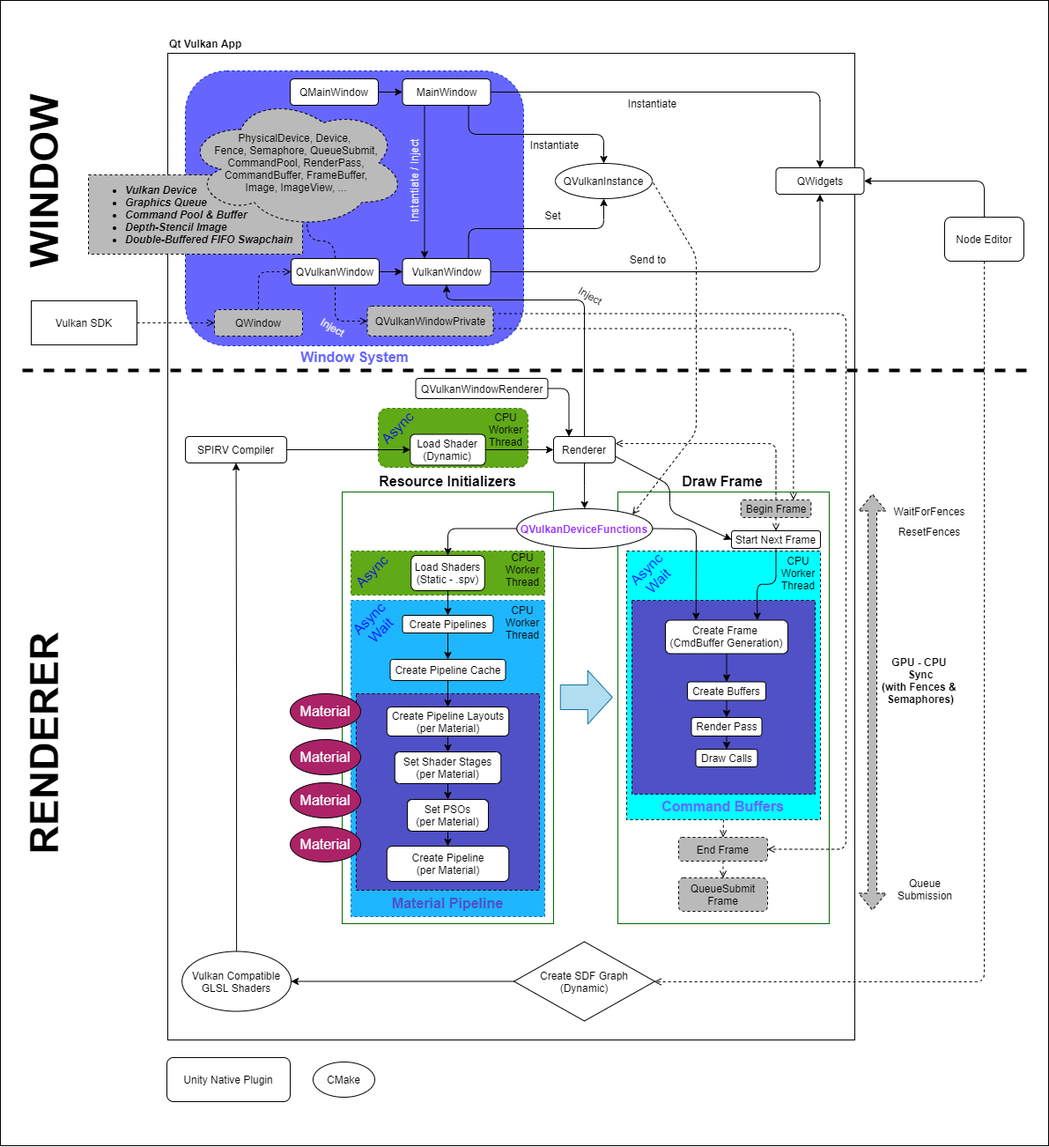
This is docs/design/high-level-architecture.png from hiradyazdan/sdf-ray4d-engine, a draw.io export, as it was before one commit. Source tidied: cells renumbered, new cells last; positions are measured from the earlier drawing's top-left corner, leaving out a move shared by most shapes.
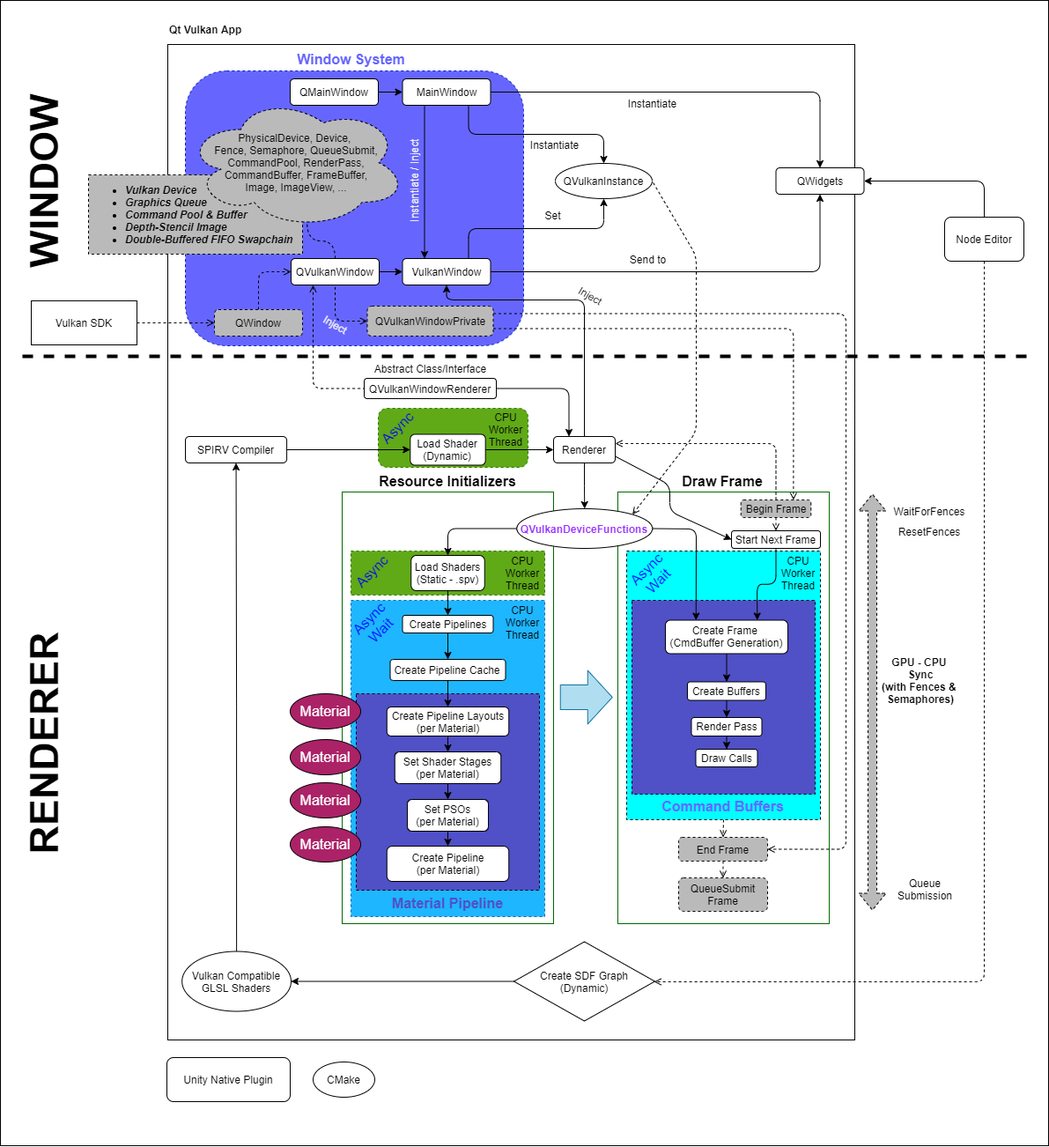
Above is the later version.

Change to the diagram source:
```diff
@@ -6,7 +6,7 @@
       <mxGeometry x="82" width="1190" height="1300" as="geometry" />
     </mxCell>
     <mxCell id="3" style="rounded=0;whiteSpace=wrap;html=1;" parent="1" vertex="1">
-      <mxGeometry x="272" y="60" width="780" height="1120" as="geometry" />
+      <mxGeometry x="272" y="50" width="780" height="1130" as="geometry" />
     </mxCell>
     <mxCell id="4" style="rounded=1;whiteSpace=wrap;html=1;dashed=1;strokeColor=#001DBC;fontColor=#ffffff;fillColor=#6666FF;" parent="1" vertex="1">
       <mxGeometry x="292" y="80" width="384" height="312" as="geometry" />
@@ -158,11 +158,14 @@
       <mxGeometry x="665" y="1068.5" width="160" height="90" as="geometry" />
     </mxCell>
     <mxCell id="46" value="&lt;span style=&quot;font-family: &amp;quot;helvetica&amp;quot; ; text-align: center&quot;&gt;Qt Vulkan App&lt;/span&gt;" style="text;whiteSpace=wrap;html=1;fontStyle=1;" parent="1" vertex="1">
-      <mxGeometry x="272" y="36" width="90" height="30" as="geometry" />
+      <mxGeometry x="272" y="20" width="90" height="30" as="geometry" />
     </mxCell>
     <mxCell id="47" style="edgeStyle=orthogonalEdgeStyle;curved=1;rounded=0;jettySize=auto;html=1;exitX=0.5;exitY=0;exitDx=0;exitDy=0;entryX=0.55;entryY=0.95;entryDx=0;entryDy=0;entryPerimeter=0;fontColor=#5050C7;endArrow=none;endFill=0;dashed=1;" parent="1" edge="1" source="48" target="81">
       <mxGeometry relative="1" as="geometry" />
     </mxCell>
+    <mxCell id="123" style="edgeStyle=orthogonalEdgeStyle;rounded=1;jettySize=auto;html=1;exitX=0.25;exitY=1;exitDx=0;exitDy=0;entryX=0;entryY=0.5;entryDx=0;entryDy=0;dashed=1;endArrow=none;endFill=0;startArrow=open;startFill=0;" parent="1" edge="1" source="48" target="107">
+      <mxGeometry relative="1" as="geometry" />
+    </mxCell>
     <mxCell id="48" value="QVulkanWindow" style="rounded=1;whiteSpace=wrap;html=1;" parent="1" vertex="1">
       <mxGeometry x="412" y="293" width="100" height="30" as="geometry" />
     </mxCell>
@@ -310,7 +313,7 @@
       <mxGeometry x="922.8" y="567" width="79.5" height="20" as="geometry" />
     </mxCell>
     <mxCell id="91" value="&lt;font style=&quot;font-size: 16px&quot; color=&quot;#6666ff&quot;&gt;&lt;b&gt;Window System&lt;/b&gt;&lt;/font&gt;" style="text;html=1;strokeColor=none;fillColor=none;align=center;verticalAlign=middle;whiteSpace=wrap;rounded=0;dashed=1;" parent="1" vertex="1">
-      <mxGeometry x="414.5" y="395" width="139" height="20" as="geometry" />
+      <mxGeometry x="411" y="57" width="139" height="20" as="geometry" />
     </mxCell>
     <mxCell id="92" style="rounded=1;jettySize=auto;html=1;exitX=0.5;exitY=1;exitDx=0;exitDy=0;entryX=0.5;entryY=0;entryDx=0;entryDy=0;dashed=1;startArrow=none;startFill=0;endArrow=open;endFill=0;edgeStyle=orthogonalEdgeStyle;" parent="1" edge="1" source="93" target="95">
       <mxGeometry relative="1" as="geometry" />
@@ -319,7 +322,7 @@
       <mxGeometry x="852" y="950" width="101" height="27" as="geometry" />
     </mxCell>
     <mxCell id="94" value="Inject" style="text;html=1;strokeColor=none;fillColor=none;align=center;verticalAlign=middle;whiteSpace=wrap;rounded=0;dashed=1;rotation=30;fontColor=#F0F0F0;" parent="1" vertex="1">
-      <mxGeometry x="440" y="361" width="40" height="20" as="geometry" />
+      <mxGeometry x="443" y="358" width="40" height="20" as="geometry" />
     </mxCell>
     <mxCell id="95" value="QueueSubmit Frame" style="rounded=1;whiteSpace=wrap;html=1;dashed=1;fillColor=#BABABA;" parent="1" vertex="1">
       <mxGeometry x="852" y="996" width="101" height="38" as="geometry" />
@@ -353,8 +356,8 @@
     </mxCell>
     <mxCell id="104" style="endArrow=none;dashed=1;html=1;fillColor=#BABABA;fontStyle=3;fontColor=#990000;rounded=0;strokeWidth=4;" parent="1" edge="1">
       <mxGeometry relative="1" as="geometry">
-        <mxPoint x="107" y="420" as="sourcePoint" />
-        <mxPoint x="1257" y="420" as="targetPoint" />
+        <mxPoint x="107" y="404" as="sourcePoint" />
+        <mxPoint x="1257" y="404" as="targetPoint" />
       </mxGeometry>
     </mxCell>
     <mxCell id="105" value="&lt;font style=&quot;font-size: 45px&quot;&gt;&lt;b&gt;WINDOW&lt;/b&gt;&lt;/font&gt;" style="text;html=1;strokeColor=none;fillColor=none;align=center;verticalAlign=middle;whiteSpace=wrap;rounded=0;dashed=1;rotation=-90;" parent="1" vertex="1">
@@ -364,7 +367,7 @@
       <mxGeometry y="818.5" width="263" height="50" as="geometry" />
     </mxCell>
     <mxCell id="107" value="QVulkanWindowRenderer" style="rounded=1;whiteSpace=wrap;html=1;" parent="1" vertex="1">
-      <mxGeometry x="553.5" y="429" width="150" height="23" as="geometry" />
+      <mxGeometry x="495" y="429" width="150" height="23" as="geometry" />
     </mxCell>
     <mxCell id="108" style="rounded=1;whiteSpace=wrap;html=1;dashed=1;fillColor=#60a917;strokeColor=#2D7600;fontColor=#ffffff;" parent="1" vertex="1">
       <mxGeometry x="511" y="463" width="170" height="67" as="geometry" />
@@ -388,7 +391,7 @@
       <mxGeometry x="480" y="625" width="220" height="50" as="geometry" />
     </mxCell>
     <mxCell id="115" value="CPU&lt;br&gt;Worker Thread" style="text;html=1;strokeColor=none;fillColor=none;align=center;verticalAlign=middle;whiteSpace=wrap;rounded=0;dashed=1;dashPattern=1 1;" parent="1" vertex="1">
-      <mxGeometry x="650" y="621" width="50" height="50" as="geometry" />
+      <mxGeometry x="650" y="625" width="50" height="50" as="geometry" />
     </mxCell>
     <mxCell id="116" value="&lt;font color=&quot;#0000ff&quot;&gt;Async&lt;/font&gt;" style="text;html=1;strokeColor=none;fillColor=none;align=center;verticalAlign=middle;whiteSpace=wrap;rounded=0;dashed=1;fontSize=16;fontColor=#FFFFFF;rotation=-45;" parent="1" vertex="1">
       <mxGeometry x="484" y="638" width="40" height="20" as="geometry" />
@@ -411,5 +414,8 @@
     <mxCell id="122" value="Set PSOs&lt;br&gt;(per Material)" style="rounded=1;whiteSpace=wrap;html=1;" parent="1" vertex="1">
       <mxGeometry x="544" y="907" width="92" height="36" as="geometry" />
     </mxCell>
+    <mxCell id="124" value="Abstract Class/Interface" style="text;html=1;align=center;verticalAlign=middle;fillColor=none;strokeColor=none;rounded=0;" parent="1" vertex="1">
+      <mxGeometry x="500" y="408" width="140" height="20" as="geometry" />
+    </mxCell>
   </root>
 </mxGraphModel>
```
